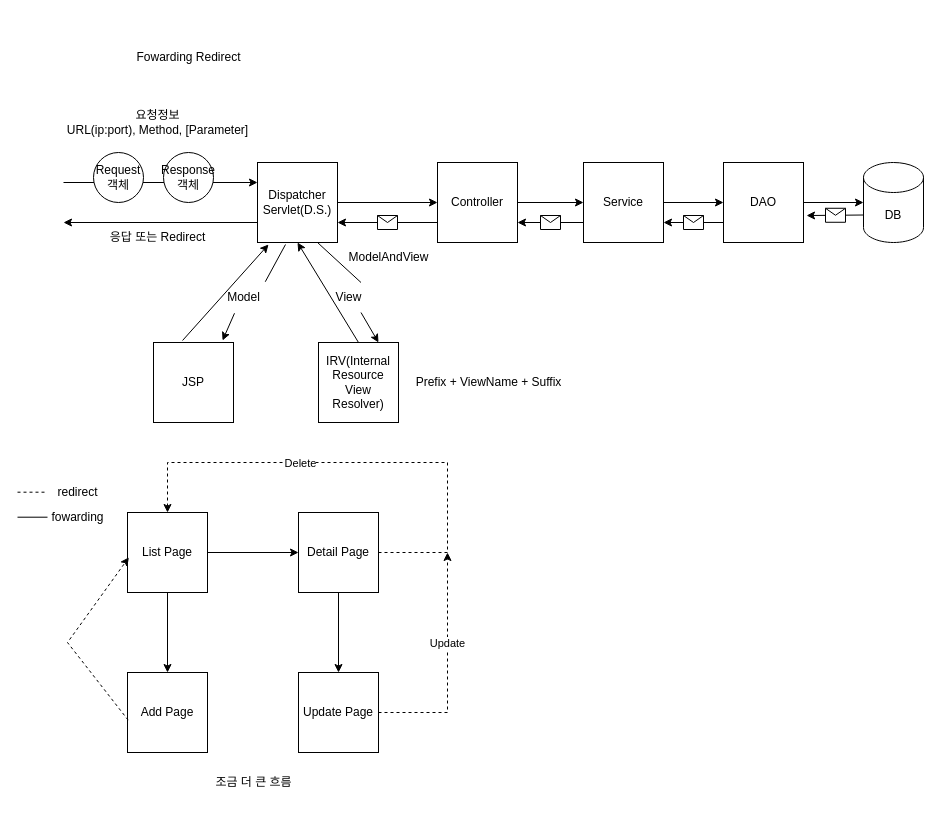
Above: page "Flow" (1 of 4) of Flow.drawio in YU3727/GDJ60_Spring (draw.io), before the change. Source tidied: cells renumbered, new cells numbered last; positions are measured from the earlier drawing's top-left corner, leaving out a move shared by most shapes. Both pictures are drawn from the tidied source at 100%, with x=0, y=0 at pixel (17, 42).
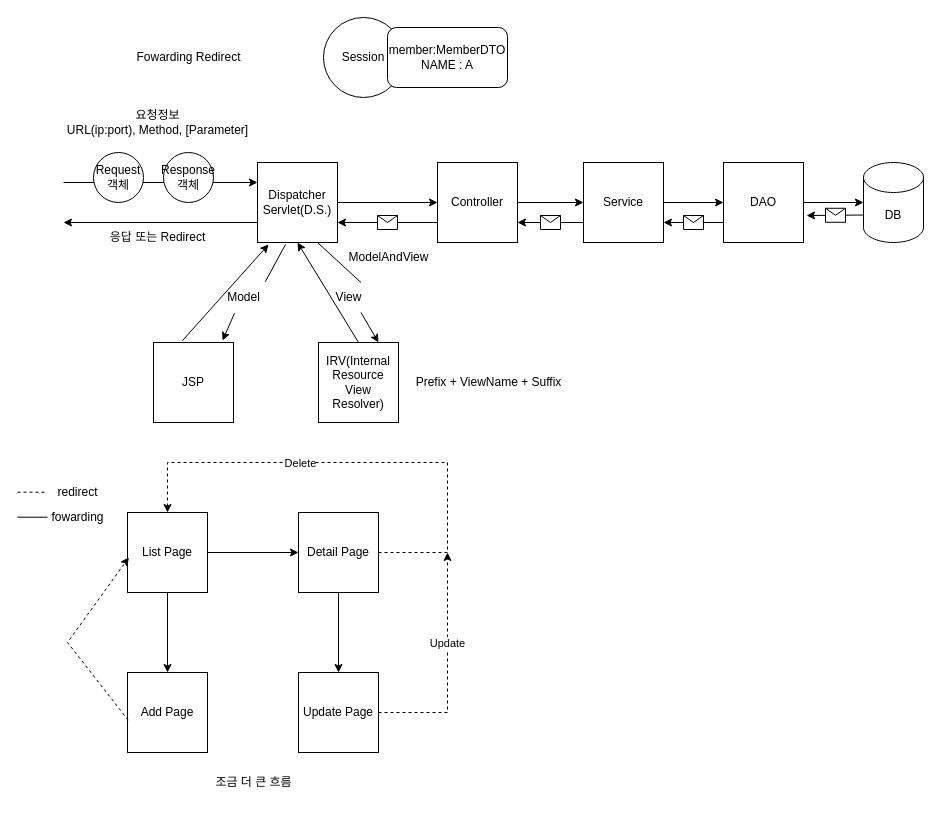
Above is the later version.

Change to the diagram source:
```diff
@@
+    <mxCell id="56" value="Session" style="ellipse;whiteSpace=wrap;html=1;" parent="1" vertex="1">
+      <mxGeometry x="306" y="-25" width="80" height="80" as="geometry" />
+    </mxCell>
+    <mxCell id="57" value="member:MemberDTO&lt;br&gt;NAME : A" style="rounded=1;whiteSpace=wrap;html=1;" parent="1" vertex="1">
+      <mxGeometry x="370" y="-15" width="120" height="60" as="geometry" />
+    </mxCell>
```
